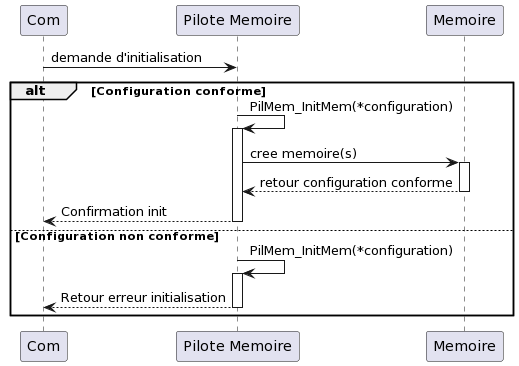
The PlantUML diagram pilote/sequence_config_memoire.png in Bird0Ut/PGE_SME, before a commit. The source it was exported from:
```plantuml
@startuml
participant "Com" as com
participant "Pilote Memoire" as MemoryDriver
participant "Memoire" as mem

com -> MemoryDriver : demande d'initialisation

alt Configuration conforme
    MemoryDriver -> MemoryDriver : PilMem_InitMem(*configuration)
    activate MemoryDriver
    MemoryDriver -> mem : cree memoire(s)
    activate mem
    mem --> MemoryDriver : retour configuration conforme
    deactivate mem
    MemoryDriver --> com : Confirmation init
    deactivate MemoryDriver
else Configuration non conforme
    MemoryDriver -> MemoryDriver : PilMem_InitMem(*configuration)
    activate MemoryDriver
    MemoryDriver --> com : Retour erreur initialisation
    deactivate MemoryDriver
end

@enduml
```
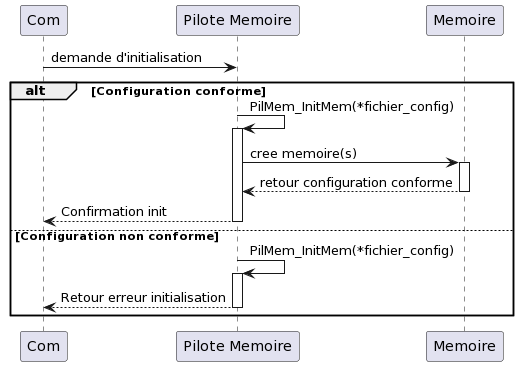
After the commit.

Diff of the diagram source:
```diff
@@ -6,7 +6,7 @@
 com -> MemoryDriver : demande d'initialisation
 
 alt Configuration conforme
-    MemoryDriver -> MemoryDriver : PilMem_InitMem(*configuration)
+    MemoryDriver -> MemoryDriver : PilMem_InitMem(*fichier_config)
     activate MemoryDriver
     MemoryDriver -> mem : cree memoire(s)
     activate mem
@@ -15,7 +15,7 @@
     MemoryDriver --> com : Confirmation init
     deactivate MemoryDriver
 else Configuration non conforme
-    MemoryDriver -> MemoryDriver : PilMem_InitMem(*configuration)
+    MemoryDriver -> MemoryDriver : PilMem_InitMem(*fichier_config)
     activate MemoryDriver
     MemoryDriver --> com : Retour erreur initialisation
     deactivate MemoryDriver
```
